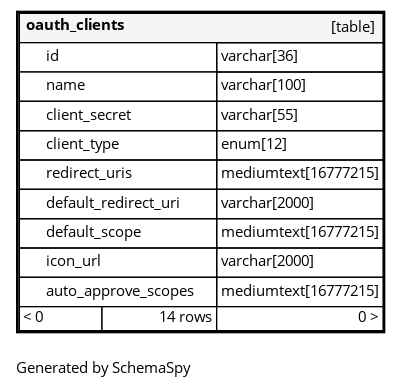
ta-forever/db keeps this Graphviz diagram as diagrams/tables/oauth_clients.1degree.png. Above is the earlier version. Its source is kept beside it as diagrams/tables/oauth_clients.1degree.dot. The source it was exported from:
```dot
digraph "oneDegreeRelationshipsDiagram" {
  graph [    rankdir="RL"    bgcolor="#ffffff"    label="\nGenerated by SchemaSpy"    labeljust="l"    nodesep="0.18"    ranksep="0.46"    fontname="Helvetica"    fontsize="11"    ration="compress"  ];  node [    fontname="Helvetica"    fontsize="11"    shape="plaintext"  ];  edge [    arrowsize="0.8"  ];
  "oauth_clients" [
   label=<
    <TABLE BORDER="2" CELLBORDER="1" CELLSPACING="0" BGCOLOR="#ffffff">
      <TR><TD COLSPAN="4"  BGCOLOR="#f5f5f5"><TABLE BORDER="0" CELLSPACING="0"><TR><TD ALIGN="LEFT" FIXEDSIZE="TRUE" WIDTH="80" HEIGHT="16"><B>oauth_clients</B></TD><TD ALIGN="RIGHT">[table]</TD></TR></TABLE></TD></TR>
      <TR><TD PORT="id" COLSPAN="2" BGCOLOR="#ffffff" ALIGN="LEFT"><TABLE BORDER="0" CELLSPACING="0" ALIGN="LEFT"><TR ALIGN="LEFT"><TD ALIGN="LEFT" FIXEDSIZE="TRUE" WIDTH="15" HEIGHT="16"></TD><TD ALIGN="LEFT" FIXEDSIZE="TRUE" WIDTH="127" HEIGHT="16">id</TD></TR></TABLE></TD><TD PORT="id.type" ALIGN="LEFT">varchar[36]</TD></TR>
      <TR><TD PORT="name" COLSPAN="2" BGCOLOR="#ffffff" ALIGN="LEFT"><TABLE BORDER="0" CELLSPACING="0" ALIGN="LEFT"><TR ALIGN="LEFT"><TD ALIGN="LEFT" FIXEDSIZE="TRUE" WIDTH="15" HEIGHT="16"></TD><TD ALIGN="LEFT" FIXEDSIZE="TRUE" WIDTH="127" HEIGHT="16">name</TD></TR></TABLE></TD><TD PORT="name.type" ALIGN="LEFT">varchar[100]</TD></TR>
      <TR><TD PORT="client_secret" COLSPAN="2" BGCOLOR="#ffffff" ALIGN="LEFT"><TABLE BORDER="0" CELLSPACING="0" ALIGN="LEFT"><TR ALIGN="LEFT"><TD ALIGN="LEFT" FIXEDSIZE="TRUE" WIDTH="15" HEIGHT="16"></TD><TD ALIGN="LEFT" FIXEDSIZE="TRUE" WIDTH="127" HEIGHT="16">client_secret</TD></TR></TABLE></TD><TD PORT="client_secret.type" ALIGN="LEFT">varchar[55]</TD></TR>
      <TR><TD PORT="client_type" COLSPAN="2" ALIGN="LEFT"><TABLE BORDER="0" CELLSPACING="0" ALIGN="LEFT"><TR ALIGN="LEFT"><TD ALIGN="LEFT" FIXEDSIZE="TRUE" WIDTH="15" HEIGHT="16"></TD><TD ALIGN="LEFT" FIXEDSIZE="TRUE" WIDTH="127" HEIGHT="16">client_type</TD></TR></TABLE></TD><TD PORT="client_type.type" ALIGN="LEFT">enum[12]</TD></TR>
      <TR><TD PORT="redirect_uris" COLSPAN="2" ALIGN="LEFT"><TABLE BORDER="0" CELLSPACING="0" ALIGN="LEFT"><TR ALIGN="LEFT"><TD ALIGN="LEFT" FIXEDSIZE="TRUE" WIDTH="15" HEIGHT="16"></TD><TD ALIGN="LEFT" FIXEDSIZE="TRUE" WIDTH="127" HEIGHT="16">redirect_uris</TD></TR></TABLE></TD><TD PORT="redirect_uris.type" ALIGN="LEFT">mediumtext[16777215]</TD></TR>
      <TR><TD PORT="default_redirect_uri" COLSPAN="2" ALIGN="LEFT"><TABLE BORDER="0" CELLSPACING="0" ALIGN="LEFT"><TR ALIGN="LEFT"><TD ALIGN="LEFT" FIXEDSIZE="TRUE" WIDTH="15" HEIGHT="16"></TD><TD ALIGN="LEFT" FIXEDSIZE="TRUE" WIDTH="127" HEIGHT="16">default_redirect_uri</TD></TR></TABLE></TD><TD PORT="default_redirect_uri.type" ALIGN="LEFT">varchar[2000]</TD></TR>
      <TR><TD PORT="default_scope" COLSPAN="2" ALIGN="LEFT"><TABLE BORDER="0" CELLSPACING="0" ALIGN="LEFT"><TR ALIGN="LEFT"><TD ALIGN="LEFT" FIXEDSIZE="TRUE" WIDTH="15" HEIGHT="16"></TD><TD ALIGN="LEFT" FIXEDSIZE="TRUE" WIDTH="127" HEIGHT="16">default_scope</TD></TR></TABLE></TD><TD PORT="default_scope.type" ALIGN="LEFT">mediumtext[16777215]</TD></TR>
      <TR><TD PORT="icon_url" COLSPAN="2" ALIGN="LEFT"><TABLE BORDER="0" CELLSPACING="0" ALIGN="LEFT"><TR ALIGN="LEFT"><TD ALIGN="LEFT" FIXEDSIZE="TRUE" WIDTH="15" HEIGHT="16"></TD><TD ALIGN="LEFT" FIXEDSIZE="TRUE" WIDTH="127" HEIGHT="16">icon_url</TD></TR></TABLE></TD><TD PORT="icon_url.type" ALIGN="LEFT">varchar[2000]</TD></TR>
      <TR><TD PORT="auto_approve_scopes" COLSPAN="2" ALIGN="LEFT"><TABLE BORDER="0" CELLSPACING="0" ALIGN="LEFT"><TR ALIGN="LEFT"><TD ALIGN="LEFT" FIXEDSIZE="TRUE" WIDTH="15" HEIGHT="16"></TD><TD ALIGN="LEFT" FIXEDSIZE="TRUE" WIDTH="127" HEIGHT="16">auto_approve_scopes</TD></TR></TABLE></TD><TD PORT="auto_approve_scopes.type" ALIGN="LEFT">mediumtext[16777215]</TD></TR>
      <TR><TD ALIGN="LEFT" BGCOLOR="#ffffff">&lt; 0</TD><TD ALIGN="RIGHT" BGCOLOR="#ffffff">14 rows</TD><TD ALIGN="RIGHT" BGCOLOR="#ffffff">0 &gt;</TD></TR>
    </TABLE>>
    URL="oauth_clients.html"
    target="_top"
    tooltip="oauth_clients"
  ];
}
```
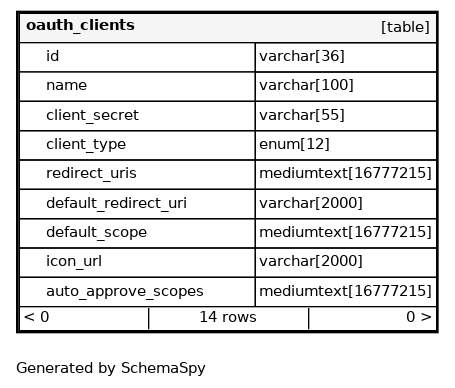
Above is the later version.

What changed in the source:
```diff
@@ -1,19 +1,19 @@
 digraph "oneDegreeRelationshipsDiagram" {
-  graph [    rankdir="RL"    bgcolor="#ffffff"    label="\nGenerated by SchemaSpy"    labeljust="l"    nodesep="0.18"    ranksep="0.46"    fontname="Helvetica"    fontsize="11"    ration="compress"  ];  node [    fontname="Helvetica"    fontsize="11"    shape="plaintext"  ];  edge [    arrowsize="0.8"  ];
+  graph [    rankdir="RL"    bgcolor="#ffffff"    label="\nGenerated by SchemaSpy"    labeljust="l"    nodesep="0.18"    ranksep="0.46"    fontname="Helvetica"    fontsize="11"    packmode="graph"  ];  node [    fontname="Helvetica"    fontsize="11"    shape="plaintext"  ];  edge [    arrowsize="0.8"  ];
   "oauth_clients" [
    label=<
     <TABLE BORDER="2" CELLBORDER="1" CELLSPACING="0" BGCOLOR="#ffffff">
-      <TR><TD COLSPAN="4"  BGCOLOR="#f5f5f5"><TABLE BORDER="0" CELLSPACING="0"><TR><TD ALIGN="LEFT" FIXEDSIZE="TRUE" WIDTH="80" HEIGHT="16"><B>oauth_clients</B></TD><TD ALIGN="RIGHT">[table]</TD></TR></TABLE></TD></TR>
-      <TR><TD PORT="id" COLSPAN="2" BGCOLOR="#ffffff" ALIGN="LEFT"><TABLE BORDER="0" CELLSPACING="0" ALIGN="LEFT"><TR ALIGN="LEFT"><TD ALIGN="LEFT" FIXEDSIZE="TRUE" WIDTH="15" HEIGHT="16"></TD><TD ALIGN="LEFT" FIXEDSIZE="TRUE" WIDTH="127" HEIGHT="16">id</TD></TR></TABLE></TD><TD PORT="id.type" ALIGN="LEFT">varchar[36]</TD></TR>
-      <TR><TD PORT="name" COLSPAN="2" BGCOLOR="#ffffff" ALIGN="LEFT"><TABLE BORDER="0" CELLSPACING="0" ALIGN="LEFT"><TR ALIGN="LEFT"><TD ALIGN="LEFT" FIXEDSIZE="TRUE" WIDTH="15" HEIGHT="16"></TD><TD ALIGN="LEFT" FIXEDSIZE="TRUE" WIDTH="127" HEIGHT="16">name</TD></TR></TABLE></TD><TD PORT="name.type" ALIGN="LEFT">varchar[100]</TD></TR>
-      <TR><TD PORT="client_secret" COLSPAN="2" BGCOLOR="#ffffff" ALIGN="LEFT"><TABLE BORDER="0" CELLSPACING="0" ALIGN="LEFT"><TR ALIGN="LEFT"><TD ALIGN="LEFT" FIXEDSIZE="TRUE" WIDTH="15" HEIGHT="16"></TD><TD ALIGN="LEFT" FIXEDSIZE="TRUE" WIDTH="127" HEIGHT="16">client_secret</TD></TR></TABLE></TD><TD PORT="client_secret.type" ALIGN="LEFT">varchar[55]</TD></TR>
-      <TR><TD PORT="client_type" COLSPAN="2" ALIGN="LEFT"><TABLE BORDER="0" CELLSPACING="0" ALIGN="LEFT"><TR ALIGN="LEFT"><TD ALIGN="LEFT" FIXEDSIZE="TRUE" WIDTH="15" HEIGHT="16"></TD><TD ALIGN="LEFT" FIXEDSIZE="TRUE" WIDTH="127" HEIGHT="16">client_type</TD></TR></TABLE></TD><TD PORT="client_type.type" ALIGN="LEFT">enum[12]</TD></TR>
-      <TR><TD PORT="redirect_uris" COLSPAN="2" ALIGN="LEFT"><TABLE BORDER="0" CELLSPACING="0" ALIGN="LEFT"><TR ALIGN="LEFT"><TD ALIGN="LEFT" FIXEDSIZE="TRUE" WIDTH="15" HEIGHT="16"></TD><TD ALIGN="LEFT" FIXEDSIZE="TRUE" WIDTH="127" HEIGHT="16">redirect_uris</TD></TR></TABLE></TD><TD PORT="redirect_uris.type" ALIGN="LEFT">mediumtext[16777215]</TD></TR>
-      <TR><TD PORT="default_redirect_uri" COLSPAN="2" ALIGN="LEFT"><TABLE BORDER="0" CELLSPACING="0" ALIGN="LEFT"><TR ALIGN="LEFT"><TD ALIGN="LEFT" FIXEDSIZE="TRUE" WIDTH="15" HEIGHT="16"></TD><TD ALIGN="LEFT" FIXEDSIZE="TRUE" WIDTH="127" HEIGHT="16">default_redirect_uri</TD></TR></TABLE></TD><TD PORT="default_redirect_uri.type" ALIGN="LEFT">varchar[2000]</TD></TR>
-      <TR><TD PORT="default_scope" COLSPAN="2" ALIGN="LEFT"><TABLE BORDER="0" CELLSPACING="0" ALIGN="LEFT"><TR ALIGN="LEFT"><TD ALIGN="LEFT" FIXEDSIZE="TRUE" WIDTH="15" HEIGHT="16"></TD><TD ALIGN="LEFT" FIXEDSIZE="TRUE" WIDTH="127" HEIGHT="16">default_scope</TD></TR></TABLE></TD><TD PORT="default_scope.type" ALIGN="LEFT">mediumtext[16777215]</TD></TR>
-      <TR><TD PORT="icon_url" COLSPAN="2" ALIGN="LEFT"><TABLE BORDER="0" CELLSPACING="0" ALIGN="LEFT"><TR ALIGN="LEFT"><TD ALIGN="LEFT" FIXEDSIZE="TRUE" WIDTH="15" HEIGHT="16"></TD><TD ALIGN="LEFT" FIXEDSIZE="TRUE" WIDTH="127" HEIGHT="16">icon_url</TD></TR></TABLE></TD><TD PORT="icon_url.type" ALIGN="LEFT">varchar[2000]</TD></TR>
-      <TR><TD PORT="auto_approve_scopes" COLSPAN="2" ALIGN="LEFT"><TABLE BORDER="0" CELLSPACING="0" ALIGN="LEFT"><TR ALIGN="LEFT"><TD ALIGN="LEFT" FIXEDSIZE="TRUE" WIDTH="15" HEIGHT="16"></TD><TD ALIGN="LEFT" FIXEDSIZE="TRUE" WIDTH="127" HEIGHT="16">auto_approve_scopes</TD></TR></TABLE></TD><TD PORT="auto_approve_scopes.type" ALIGN="LEFT">mediumtext[16777215]</TD></TR>
-      <TR><TD ALIGN="LEFT" BGCOLOR="#ffffff">&lt; 0</TD><TD ALIGN="RIGHT" BGCOLOR="#ffffff">14 rows</TD><TD ALIGN="RIGHT" BGCOLOR="#ffffff">0 &gt;</TD></TR>
+      <TR><TD COLSPAN="4"  BGCOLOR="#f5f5f5"><TABLE BORDER="0" CELLSPACING="0"><TR><TD ALIGN="LEFT" FIXEDSIZE="TRUE" WIDTH="97" HEIGHT="16"><B>oauth_clients</B></TD><TD ALIGN="RIGHT">[table]</TD></TR></TABLE></TD></TR>
+      <TR><TD PORT="id" COLSPAN="2" BGCOLOR="#ffffff" ALIGN="LEFT"><TABLE BORDER="0" CELLSPACING="0" ALIGN="LEFT"><TR ALIGN="LEFT"><TD ALIGN="LEFT" FIXEDSIZE="TRUE" WIDTH="15" HEIGHT="16"></TD><TD ALIGN="LEFT" FIXEDSIZE="TRUE" WIDTH="156" HEIGHT="16">id</TD></TR></TABLE></TD><TD PORT="id.type" ALIGN="LEFT">varchar[36]</TD></TR>
+      <TR><TD PORT="name" COLSPAN="2" BGCOLOR="#ffffff" ALIGN="LEFT"><TABLE BORDER="0" CELLSPACING="0" ALIGN="LEFT"><TR ALIGN="LEFT"><TD ALIGN="LEFT" FIXEDSIZE="TRUE" WIDTH="15" HEIGHT="16"></TD><TD ALIGN="LEFT" FIXEDSIZE="TRUE" WIDTH="156" HEIGHT="16">name</TD></TR></TABLE></TD><TD PORT="name.type" ALIGN="LEFT">varchar[100]</TD></TR>
+      <TR><TD PORT="client_secret" COLSPAN="2" BGCOLOR="#ffffff" ALIGN="LEFT"><TABLE BORDER="0" CELLSPACING="0" ALIGN="LEFT"><TR ALIGN="LEFT"><TD ALIGN="LEFT" FIXEDSIZE="TRUE" WIDTH="15" HEIGHT="16"></TD><TD ALIGN="LEFT" FIXEDSIZE="TRUE" WIDTH="156" HEIGHT="16">client_secret</TD></TR></TABLE></TD><TD PORT="client_secret.type" ALIGN="LEFT">varchar[55]</TD></TR>
+      <TR><TD PORT="client_type" COLSPAN="2" ALIGN="LEFT"><TABLE BORDER="0" CELLSPACING="0" ALIGN="LEFT"><TR ALIGN="LEFT"><TD ALIGN="LEFT" FIXEDSIZE="TRUE" WIDTH="15" HEIGHT="16"></TD><TD ALIGN="LEFT" FIXEDSIZE="TRUE" WIDTH="156" HEIGHT="16">client_type</TD></TR></TABLE></TD><TD PORT="client_type.type" ALIGN="LEFT">enum[12]</TD></TR>
+      <TR><TD PORT="redirect_uris" COLSPAN="2" ALIGN="LEFT"><TABLE BORDER="0" CELLSPACING="0" ALIGN="LEFT"><TR ALIGN="LEFT"><TD ALIGN="LEFT" FIXEDSIZE="TRUE" WIDTH="15" HEIGHT="16"></TD><TD ALIGN="LEFT" FIXEDSIZE="TRUE" WIDTH="156" HEIGHT="16">redirect_uris</TD></TR></TABLE></TD><TD PORT="redirect_uris.type" ALIGN="LEFT">mediumtext[16777215]</TD></TR>
+      <TR><TD PORT="default_redirect_uri" COLSPAN="2" ALIGN="LEFT"><TABLE BORDER="0" CELLSPACING="0" ALIGN="LEFT"><TR ALIGN="LEFT"><TD ALIGN="LEFT" FIXEDSIZE="TRUE" WIDTH="15" HEIGHT="16"></TD><TD ALIGN="LEFT" FIXEDSIZE="TRUE" WIDTH="156" HEIGHT="16">default_redirect_uri</TD></TR></TABLE></TD><TD PORT="default_redirect_uri.type" ALIGN="LEFT">varchar[2000]</TD></TR>
+      <TR><TD PORT="default_scope" COLSPAN="2" ALIGN="LEFT"><TABLE BORDER="0" CELLSPACING="0" ALIGN="LEFT"><TR ALIGN="LEFT"><TD ALIGN="LEFT" FIXEDSIZE="TRUE" WIDTH="15" HEIGHT="16"></TD><TD ALIGN="LEFT" FIXEDSIZE="TRUE" WIDTH="156" HEIGHT="16">default_scope</TD></TR></TABLE></TD><TD PORT="default_scope.type" ALIGN="LEFT">mediumtext[16777215]</TD></TR>
+      <TR><TD PORT="icon_url" COLSPAN="2" ALIGN="LEFT"><TABLE BORDER="0" CELLSPACING="0" ALIGN="LEFT"><TR ALIGN="LEFT"><TD ALIGN="LEFT" FIXEDSIZE="TRUE" WIDTH="15" HEIGHT="16"></TD><TD ALIGN="LEFT" FIXEDSIZE="TRUE" WIDTH="156" HEIGHT="16">icon_url</TD></TR></TABLE></TD><TD PORT="icon_url.type" ALIGN="LEFT">varchar[2000]</TD></TR>
+      <TR><TD PORT="auto_approve_scopes" COLSPAN="2" ALIGN="LEFT"><TABLE BORDER="0" CELLSPACING="0" ALIGN="LEFT"><TR ALIGN="LEFT"><TD ALIGN="LEFT" FIXEDSIZE="TRUE" WIDTH="15" HEIGHT="16"></TD><TD ALIGN="LEFT" FIXEDSIZE="TRUE" WIDTH="156" HEIGHT="16">auto_approve_scopes</TD></TR></TABLE></TD><TD PORT="auto_approve_scopes.type" ALIGN="LEFT">mediumtext[16777215]</TD></TR>
+      <TR><TD ALIGN="LEFT" CELLPADDING="0" BGCOLOR="#ffffff" COLSPAN="4" ><TABLE BORDER="0" CELLBORDER="0" CELLSPACING="0"><TR><TD ALIGN="LEFT" BGCOLOR="#ffffff">&lt; 0</TD><VR/><TD ALIGN="CENTER" BGCOLOR="#ffffff">14 rows</TD><VR/><TD ALIGN="RIGHT" BGCOLOR="#ffffff">0 &gt;</TD></TR></TABLE></TD></TR>
     </TABLE>>
     URL="oauth_clients.html"
     target="_top"
```
